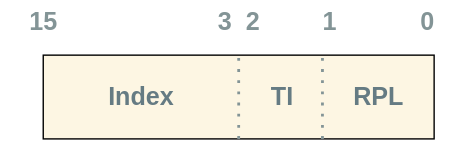
This is Booting/images/segment-selector.svg from 0xAX/linux-insides, a draw.io export, as it was before one commit. Source tidied: cells renumbered, new cells last; positions are measured from the earlier drawing's top-left corner, leaving out a move shared by most shapes. Source of this version:
```xml
<mxGraphModel>
  <root>
    <mxCell id="0" />
    <mxCell id="1" parent="0" />
    <mxCell id="2" style="rounded=0;whiteSpace=wrap;html=1;fillColor=#FDF6E3;" parent="1" vertex="1">
      <mxGeometry x="30" y="39" width="280" height="60" as="geometry" />
    </mxCell>
    <mxCell id="3" style="endArrow=none;dashed=1;html=1;dashPattern=1 3;strokeWidth=2;rounded=0;entryX=0.5;entryY=0;entryDx=0;entryDy=0;exitX=0.5;exitY=1;exitDx=0;exitDy=0;strokeColor=#839496;" parent="1" edge="1" source="2" target="2">
      <mxGeometry relative="1" as="geometry" />
    </mxCell>
    <mxCell id="4" style="endArrow=none;dashed=1;html=1;dashPattern=1 3;strokeWidth=2;rounded=0;entryX=0.5;entryY=0;entryDx=0;entryDy=0;exitX=0.5;exitY=1;exitDx=0;exitDy=0;strokeColor=#839496;" parent="1" edge="1">
      <mxGeometry relative="1" as="geometry">
        <mxPoint x="230" y="99" as="sourcePoint" />
        <mxPoint x="230" y="39" as="targetPoint" />
      </mxGeometry>
    </mxCell>
    <mxCell id="5" value="&lt;b&gt;&lt;font style=&quot;font-size: 18px; color: rgb(101, 123, 131);&quot;&gt;Index&lt;/font&gt;&lt;/b&gt;" style="text;html=1;align=center;verticalAlign=middle;whiteSpace=wrap;rounded=0;" parent="1" vertex="1">
      <mxGeometry x="70" y="54" width="60" height="30" as="geometry" />
    </mxCell>
    <mxCell id="6" value="&lt;b&gt;&lt;font style=&quot;font-size: 18px; color: rgb(101, 123, 131);&quot;&gt;RPL&lt;/font&gt;&lt;/b&gt;" style="text;html=1;align=center;verticalAlign=middle;whiteSpace=wrap;rounded=0;" parent="1" vertex="1">
      <mxGeometry x="240" y="54" width="60" height="30" as="geometry" />
    </mxCell>
    <mxCell id="7" value="&lt;b&gt;&lt;font style=&quot;font-size: 18px; color: rgb(101, 123, 131);&quot;&gt;TI&lt;/font&gt;&lt;/b&gt;" style="text;html=1;align=center;verticalAlign=middle;whiteSpace=wrap;rounded=0;" parent="1" vertex="1">
      <mxGeometry x="171" y="54" width="60" height="30" as="geometry" />
    </mxCell>
    <mxCell id="8" value="&lt;b style=&quot;color: rgb(131, 148, 150);&quot;&gt;&lt;font style=&quot;font-size: 18px;&quot;&gt;15&lt;/font&gt;&lt;/b&gt;" style="text;html=1;align=center;verticalAlign=middle;whiteSpace=wrap;rounded=0;" parent="1" vertex="1">
      <mxGeometry width="60" height="30" as="geometry" />
    </mxCell>
    <mxCell id="9" value="&lt;font style=&quot;font-size: 18px; color: rgb(131, 148, 150);&quot;&gt;&lt;b&gt;3&lt;/b&gt;&lt;/font&gt;" style="text;html=1;align=center;verticalAlign=middle;whiteSpace=wrap;rounded=0;" parent="1" vertex="1">
      <mxGeometry x="130" width="60" height="30" as="geometry" />
    </mxCell>
    <mxCell id="10" value="&lt;b style=&quot;color: rgb(131, 148, 150);&quot;&gt;&lt;font style=&quot;font-size: 18px;&quot;&gt;2&lt;/font&gt;&lt;/b&gt;" style="text;html=1;align=center;verticalAlign=middle;whiteSpace=wrap;rounded=0;" parent="1" vertex="1">
      <mxGeometry x="150" width="60" height="30" as="geometry" />
    </mxCell>
    <mxCell id="11" value="&lt;font style=&quot;font-size: 18px; color: rgb(131, 148, 150);&quot;&gt;&lt;b&gt;0&lt;/b&gt;&lt;/font&gt;" style="text;html=1;align=center;verticalAlign=middle;whiteSpace=wrap;rounded=0;" parent="1" vertex="1">
      <mxGeometry x="275" width="60" height="30" as="geometry" />
    </mxCell>
    <mxCell id="12" value="&lt;font style=&quot;font-size: 18px; color: rgb(131, 148, 150);&quot;&gt;&lt;b&gt;1&lt;/b&gt;&lt;/font&gt;" style="text;html=1;align=center;verticalAlign=middle;whiteSpace=wrap;rounded=0;" parent="1" vertex="1">
      <mxGeometry x="205" width="60" height="30" as="geometry" />
    </mxCell>
  </root>
</mxGraphModel>
```
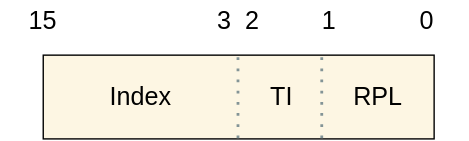
Above is the later version.

Commit message:
boot: improve diagrams

What changed in the source:
```diff
@@ -2,40 +2,40 @@
   <root>
     <mxCell id="0" />
     <mxCell id="1" parent="0" />
-    <mxCell id="2" style="rounded=0;whiteSpace=wrap;html=1;fillColor=#FDF6E3;" parent="1" vertex="1">
+    <mxCell id="2" style="rounded=0;whiteSpace=wrap;html=1;fillColor=#FDF6E3;fontSize=18;fontColor=#000000;fontStyle=0;" parent="1" vertex="1">
       <mxGeometry x="30" y="39" width="280" height="60" as="geometry" />
     </mxCell>
-    <mxCell id="3" style="endArrow=none;dashed=1;html=1;dashPattern=1 3;strokeWidth=2;rounded=0;entryX=0.5;entryY=0;entryDx=0;entryDy=0;exitX=0.5;exitY=1;exitDx=0;exitDy=0;strokeColor=#839496;" parent="1" edge="1" source="2" target="2">
+    <mxCell id="3" style="endArrow=none;dashed=1;html=1;dashPattern=1 3;strokeWidth=2;rounded=0;entryX=0.5;entryY=0;entryDx=0;entryDy=0;exitX=0.5;exitY=1;exitDx=0;exitDy=0;strokeColor=#839496;fontSize=18;fontColor=#000000;fontStyle=0;" parent="1" edge="1" source="2" target="2">
       <mxGeometry relative="1" as="geometry" />
     </mxCell>
-    <mxCell id="4" style="endArrow=none;dashed=1;html=1;dashPattern=1 3;strokeWidth=2;rounded=0;entryX=0.5;entryY=0;entryDx=0;entryDy=0;exitX=0.5;exitY=1;exitDx=0;exitDy=0;strokeColor=#839496;" parent="1" edge="1">
+    <mxCell id="4" style="endArrow=none;dashed=1;html=1;dashPattern=1 3;strokeWidth=2;rounded=0;entryX=0.5;entryY=0;entryDx=0;entryDy=0;exitX=0.5;exitY=1;exitDx=0;exitDy=0;strokeColor=#839496;fontSize=18;fontColor=#000000;fontStyle=0;" parent="1" edge="1">
       <mxGeometry relative="1" as="geometry">
         <mxPoint x="230" y="99" as="sourcePoint" />
         <mxPoint x="230" y="39" as="targetPoint" />
       </mxGeometry>
     </mxCell>
-    <mxCell id="5" value="&lt;b&gt;&lt;font style=&quot;font-size: 18px; color: rgb(101, 123, 131);&quot;&gt;Index&lt;/font&gt;&lt;/b&gt;" style="text;html=1;align=center;verticalAlign=middle;whiteSpace=wrap;rounded=0;" parent="1" vertex="1">
+    <mxCell id="5" value="&lt;font style=&quot;&quot;&gt;Index&lt;/font&gt;" style="text;html=1;align=center;verticalAlign=middle;whiteSpace=wrap;rounded=0;fontSize=18;fontColor=#000000;fontStyle=0;" parent="1" vertex="1">
       <mxGeometry x="70" y="54" width="60" height="30" as="geometry" />
     </mxCell>
-    <mxCell id="6" value="&lt;b&gt;&lt;font style=&quot;font-size: 18px; color: rgb(101, 123, 131);&quot;&gt;RPL&lt;/font&gt;&lt;/b&gt;" style="text;html=1;align=center;verticalAlign=middle;whiteSpace=wrap;rounded=0;" parent="1" vertex="1">
+    <mxCell id="6" value="&lt;span&gt;&lt;font style=&quot;&quot;&gt;RPL&lt;/font&gt;&lt;/span&gt;" style="text;html=1;align=center;verticalAlign=middle;whiteSpace=wrap;rounded=0;fontSize=18;fontColor=#000000;fontStyle=0;" parent="1" vertex="1">
       <mxGeometry x="240" y="54" width="60" height="30" as="geometry" />
     </mxCell>
-    <mxCell id="7" value="&lt;b&gt;&lt;font style=&quot;font-size: 18px; color: rgb(101, 123, 131);&quot;&gt;TI&lt;/font&gt;&lt;/b&gt;" style="text;html=1;align=center;verticalAlign=middle;whiteSpace=wrap;rounded=0;" parent="1" vertex="1">
+    <mxCell id="7" value="&lt;span&gt;&lt;font style=&quot;&quot;&gt;TI&lt;/font&gt;&lt;/span&gt;" style="text;html=1;align=center;verticalAlign=middle;whiteSpace=wrap;rounded=0;fontSize=18;fontColor=#000000;fontStyle=0;" parent="1" vertex="1">
       <mxGeometry x="171" y="54" width="60" height="30" as="geometry" />
     </mxCell>
-    <mxCell id="8" value="&lt;b style=&quot;color: rgb(131, 148, 150);&quot;&gt;&lt;font style=&quot;font-size: 18px;&quot;&gt;15&lt;/font&gt;&lt;/b&gt;" style="text;html=1;align=center;verticalAlign=middle;whiteSpace=wrap;rounded=0;" parent="1" vertex="1">
+    <mxCell id="8" value="&lt;span style=&quot;&quot;&gt;&lt;font&gt;15&lt;/font&gt;&lt;/span&gt;" style="text;html=1;align=center;verticalAlign=middle;whiteSpace=wrap;rounded=0;fontSize=18;fontColor=#000000;fontStyle=0;" parent="1" vertex="1">
       <mxGeometry width="60" height="30" as="geometry" />
     </mxCell>
-    <mxCell id="9" value="&lt;font style=&quot;font-size: 18px; color: rgb(131, 148, 150);&quot;&gt;&lt;b&gt;3&lt;/b&gt;&lt;/font&gt;" style="text;html=1;align=center;verticalAlign=middle;whiteSpace=wrap;rounded=0;" parent="1" vertex="1">
+    <mxCell id="9" value="&lt;font style=&quot;&quot;&gt;&lt;span&gt;3&lt;/span&gt;&lt;/font&gt;" style="text;html=1;align=center;verticalAlign=middle;whiteSpace=wrap;rounded=0;fontSize=18;fontColor=#000000;fontStyle=0;" parent="1" vertex="1">
       <mxGeometry x="130" width="60" height="30" as="geometry" />
     </mxCell>
-    <mxCell id="10" value="&lt;b style=&quot;color: rgb(131, 148, 150);&quot;&gt;&lt;font style=&quot;font-size: 18px;&quot;&gt;2&lt;/font&gt;&lt;/b&gt;" style="text;html=1;align=center;verticalAlign=middle;whiteSpace=wrap;rounded=0;" parent="1" vertex="1">
+    <mxCell id="10" value="&lt;span style=&quot;&quot;&gt;&lt;font&gt;2&lt;/font&gt;&lt;/span&gt;" style="text;html=1;align=center;verticalAlign=middle;whiteSpace=wrap;rounded=0;fontSize=18;fontColor=#000000;fontStyle=0;" parent="1" vertex="1">
       <mxGeometry x="150" width="60" height="30" as="geometry" />
     </mxCell>
-    <mxCell id="11" value="&lt;font style=&quot;font-size: 18px; color: rgb(131, 148, 150);&quot;&gt;&lt;b&gt;0&lt;/b&gt;&lt;/font&gt;" style="text;html=1;align=center;verticalAlign=middle;whiteSpace=wrap;rounded=0;" parent="1" vertex="1">
+    <mxCell id="11" value="&lt;font style=&quot;&quot;&gt;&lt;span&gt;0&lt;/span&gt;&lt;/font&gt;" style="text;html=1;align=center;verticalAlign=middle;whiteSpace=wrap;rounded=0;fontSize=18;fontColor=#000000;fontStyle=0;" parent="1" vertex="1">
       <mxGeometry x="275" width="60" height="30" as="geometry" />
     </mxCell>
-    <mxCell id="12" value="&lt;font style=&quot;font-size: 18px; color: rgb(131, 148, 150);&quot;&gt;&lt;b&gt;1&lt;/b&gt;&lt;/font&gt;" style="text;html=1;align=center;verticalAlign=middle;whiteSpace=wrap;rounded=0;" parent="1" vertex="1">
+    <mxCell id="12" value="&lt;font style=&quot;&quot;&gt;&lt;span&gt;1&lt;/span&gt;&lt;/font&gt;" style="text;html=1;align=center;verticalAlign=middle;whiteSpace=wrap;rounded=0;fontSize=18;fontColor=#000000;fontStyle=0;" parent="1" vertex="1">
       <mxGeometry x="205" width="60" height="30" as="geometry" />
     </mxCell>
   </root>
```
